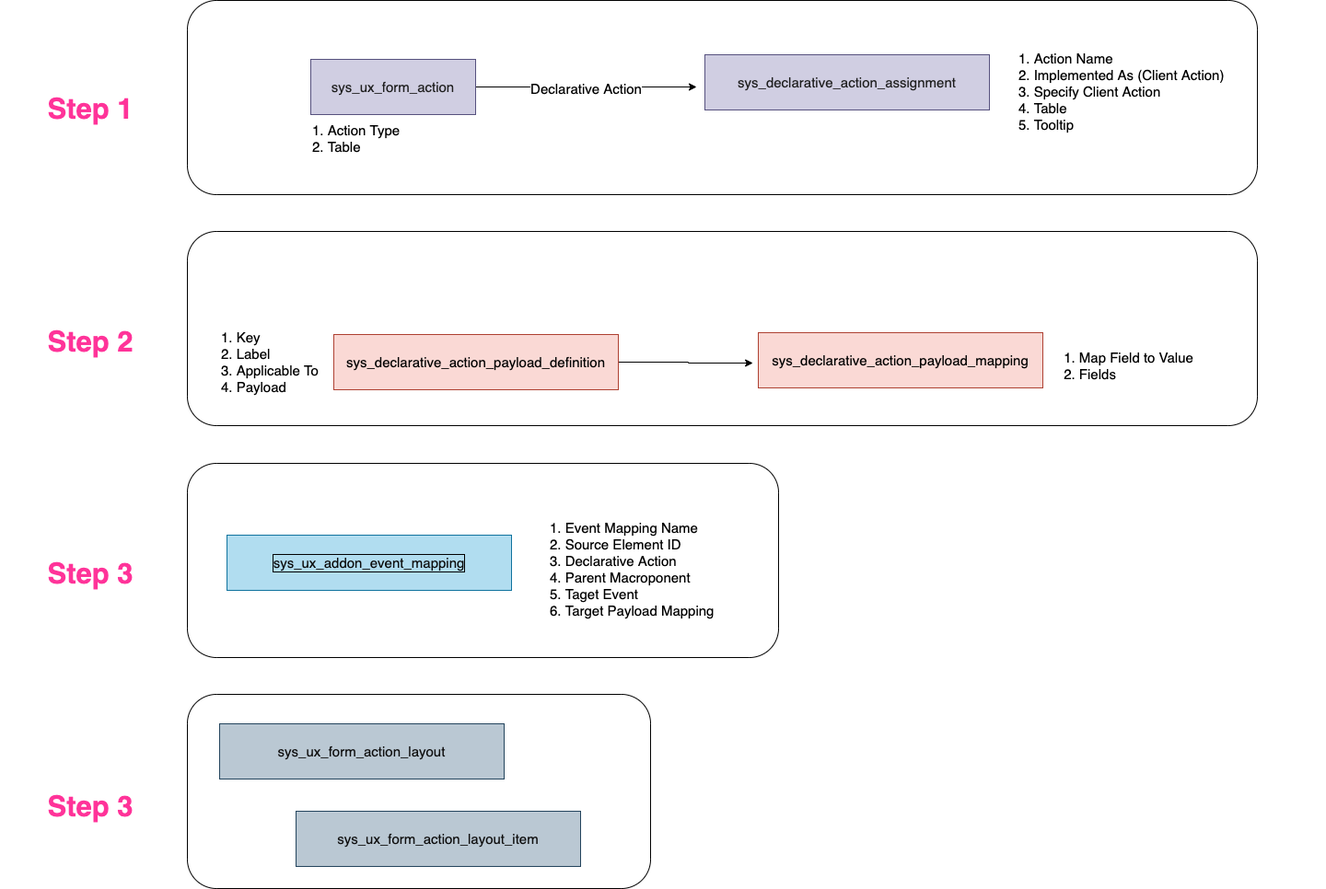
Above: Servicenow/Actions.drawio.png in mukeshsingal/draw.io (draw.io), before the change. Source tidied: cells renumbered, new cells last; positions are measured from the earlier drawing's top-left corner, leaving out a move shared by most shapes.
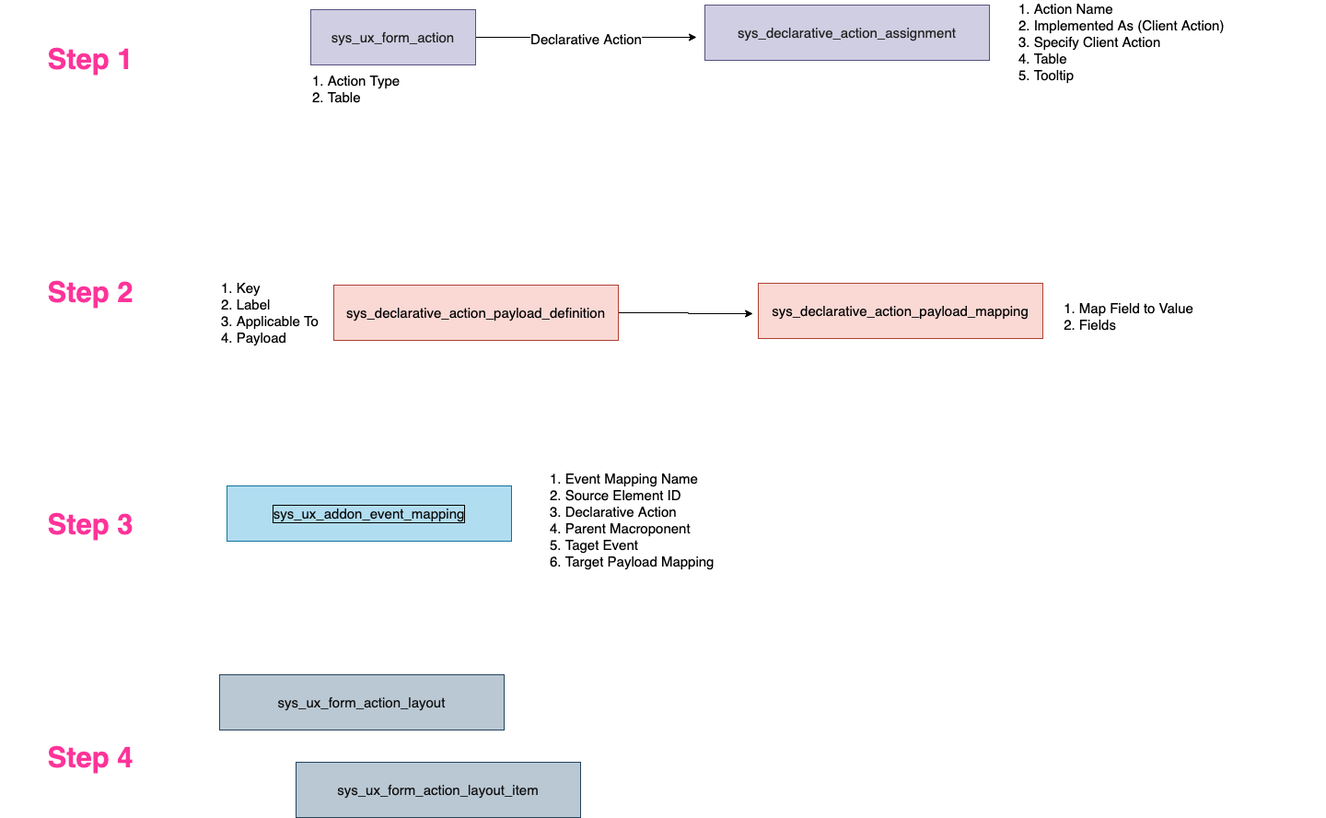
The same diagram one commit later.

Diff of the diagram source:
```diff
@@ -46,18 +46,9 @@
     <mxCell id="15" value="1. Event Mapping Name&lt;br&gt;2. Source Element ID&lt;br&gt;3. Declarative Action&lt;br&gt;4. Parent Macroponent&lt;br&gt;5. Taget Event&lt;br&gt;6. Target Payload Mapping" style="text;html=1;strokeColor=none;fillColor=none;align=left;verticalAlign=middle;whiteSpace=wrap;rounded=0;fontSize=15;" parent="1" vertex="1">
       <mxGeometry x="595" y="603" width="335" height="30" as="geometry" />
     </mxCell>
-    <mxCell id="16" style="rounded=1;whiteSpace=wrap;html=1;labelBorderColor=#FF0080;fontSize=15;fontColor=#0F0F0F;fillColor=none;" parent="1" vertex="1">
-      <mxGeometry x="203" y="754" width="503" height="211" as="geometry" />
-    </mxCell>
     <mxCell id="17" value="sys_ux_form_action_layout" style="rounded=0;whiteSpace=wrap;html=1;fontSize=15;fillColor=#bac8d3;strokeColor=#23445d;fontColor=#0F0F0F;" parent="1" vertex="1">
       <mxGeometry x="238" y="786" width="309" height="60" as="geometry" />
     </mxCell>
-    <mxCell id="18" style="rounded=1;whiteSpace=wrap;html=1;labelBorderColor=#FF0080;fontSize=15;fontColor=#0F0F0F;fillColor=none;" parent="1" vertex="1">
-      <mxGeometry x="203" y="503" width="642" height="211" as="geometry" />
-    </mxCell>
-    <mxCell id="19" style="rounded=1;whiteSpace=wrap;html=1;labelBorderColor=#FF0080;fontSize=15;fontColor=#0F0F0F;fillColor=none;" parent="1" vertex="1">
-      <mxGeometry x="203" y="251" width="1162" height="211" as="geometry" />
-    </mxCell>
     <mxCell id="20" value="Step 1" style="text;html=1;strokeColor=none;fillColor=none;align=center;verticalAlign=middle;whiteSpace=wrap;rounded=0;labelBorderColor=none;fontSize=31;fontColor=#FF3399;fontStyle=1;flipV=1;" parent="1" vertex="1">
       <mxGeometry y="103" width="196" height="30" as="geometry" />
     </mxCell>
@@ -67,10 +58,7 @@
     <mxCell id="22" value="Step 3" style="text;html=1;strokeColor=none;fillColor=none;align=center;verticalAlign=middle;whiteSpace=wrap;rounded=0;labelBorderColor=none;fontSize=31;fontColor=#FF3399;fontStyle=1;flipV=1;" parent="1" vertex="1">
       <mxGeometry y="608" width="196" height="30" as="geometry" />
     </mxCell>
-    <mxCell id="23" style="rounded=1;whiteSpace=wrap;html=1;labelBorderColor=#FF0080;fontSize=15;fontColor=#0F0F0F;fillColor=none;" parent="1" vertex="1">
-      <mxGeometry x="203" width="1162" height="211" as="geometry" />
-    </mxCell>
-    <mxCell id="24" value="Step 3" style="text;html=1;strokeColor=none;fillColor=none;align=center;verticalAlign=middle;whiteSpace=wrap;rounded=0;labelBorderColor=none;fontSize=31;fontColor=#FF3399;fontStyle=1;flipV=1;" parent="1" vertex="1">
+    <mxCell id="24" value="Step 4" style="text;html=1;strokeColor=none;fillColor=none;align=center;verticalAlign=middle;whiteSpace=wrap;rounded=0;labelBorderColor=none;fontSize=31;fontColor=#FF3399;fontStyle=1;flipV=1;" parent="1" vertex="1">
       <mxGeometry y="861" width="196" height="30" as="geometry" />
     </mxCell>
   </root>
```
